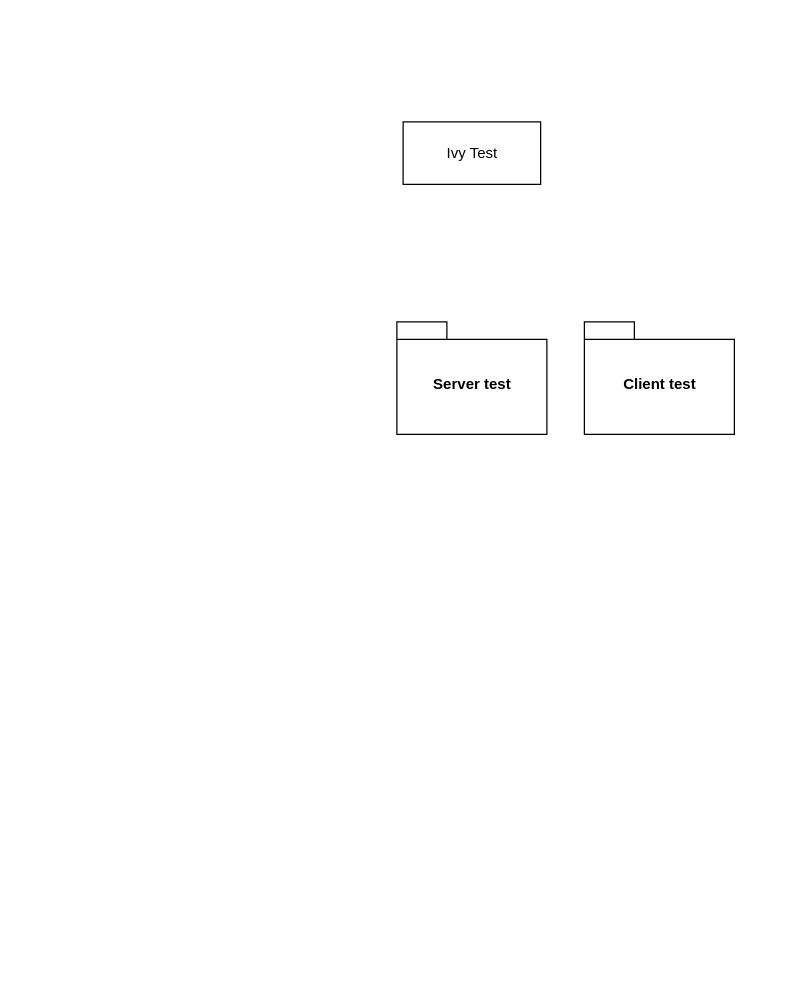
This is rapport/TVOQE.drawio from ElNiak/Toward-verification-of-QUIC-extensions, a draw.io file, before an edit. Source tidied: cells renumbered, new cells numbered last; positions are measured from the earlier drawing's top-left corner, leaving out a move shared by most shapes. Both pictures are drawn from the tidied source at 125%, with x=0, y=0 at pixel (396, 121).
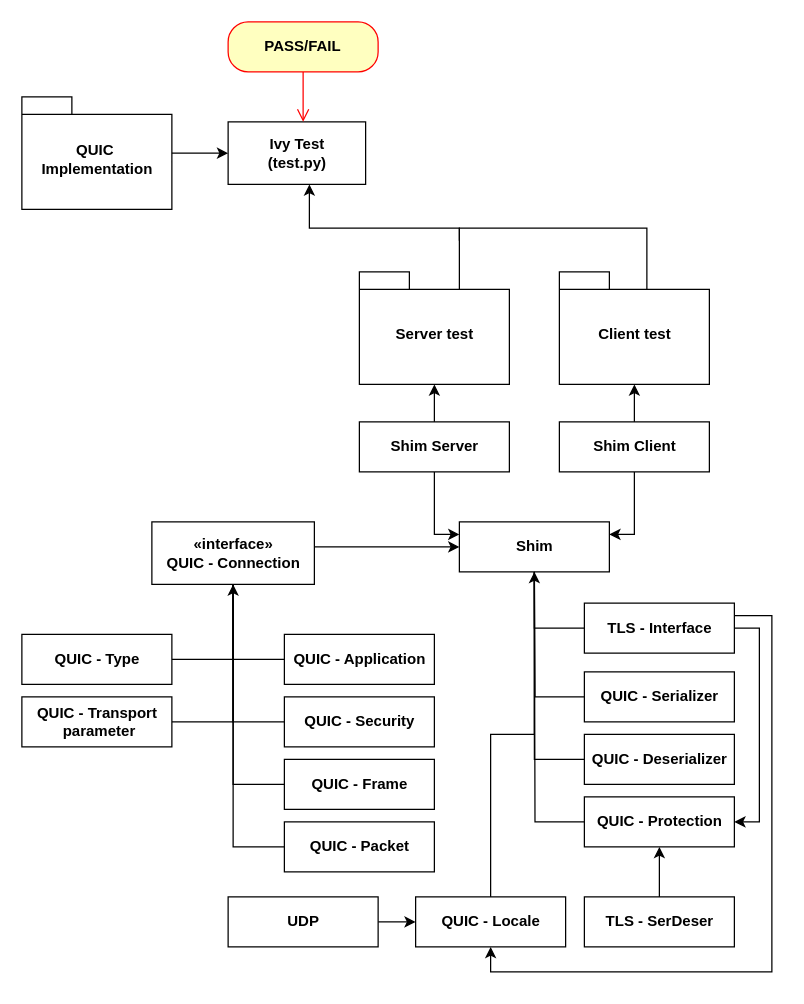
The same page after the edit.

Change to the diagram source:
```diff
@@
+    <mxCell id="5" style="edgeStyle=orthogonalEdgeStyle;rounded=0;jettySize=auto;html=1;exitX=0;exitY=0;exitDx=80;exitDy=14;exitPerimeter=0;entryX=0.591;entryY=1;entryDx=0;entryDy=0;entryPerimeter=0;fontStyle=1;" parent="1" edge="1" source="2" target="4">
+      <mxGeometry relative="1" as="geometry" />
+    </mxCell>
+    <mxCell id="6" style="edgeStyle=orthogonalEdgeStyle;rounded=0;jettySize=auto;html=1;exitX=0.5;exitY=1;exitDx=0;exitDy=0;exitPerimeter=0;entryX=0.5;entryY=0;entryDx=0;entryDy=0;endArrow=none;endFill=0;fontStyle=1;startArrow=classic;startFill=1;" parent="1" edge="1" source="2" target="14">
+      <mxGeometry relative="1" as="geometry" />
+    </mxCell>
     <mxCell id="2" value="Server test" style="shape=folder;fontStyle=1;spacingTop=10;tabWidth=40;tabHeight=14;tabPosition=left;html=1;" parent="1" vertex="1">
-      <mxGeometry y="160" width="120" height="90" as="geometry" />
+      <mxGeometry x="-30" y="120" width="120" height="90" as="geometry" />
     </mxCell>
+    <mxCell id="7" style="edgeStyle=orthogonalEdgeStyle;rounded=0;orthogonalLoop=1;jettySize=auto;html=1;exitX=0;exitY=0;exitDx=80;exitDy=14;exitPerimeter=0;endArrow=none;endFill=0;fontStyle=1;" parent="1" edge="1">
+      <mxGeometry relative="1" as="geometry">
+        <mxPoint x="200" y="139" as="sourcePoint" />
+        <mxPoint x="50" y="95" as="targetPoint" />
+        <Array as="points">
+          <mxPoint x="200" y="85" />
+          <mxPoint x="50" y="85" />
+        </Array>
+      </mxGeometry>
+    </mxCell>
+    <mxCell id="8" style="edgeStyle=orthogonalEdgeStyle;rounded=0;jettySize=auto;html=1;exitX=0.5;exitY=1;exitDx=0;exitDy=0;exitPerimeter=0;entryX=0.5;entryY=0;entryDx=0;entryDy=0;endArrow=none;endFill=0;fontStyle=1;startArrow=classic;startFill=1;" parent="1" edge="1" source="3" target="16">
+      <mxGeometry relative="1" as="geometry" />
+    </mxCell>
     <mxCell id="3" value="Client test" style="shape=folder;fontStyle=1;spacingTop=10;tabWidth=40;tabHeight=14;tabPosition=left;html=1;" parent="1" vertex="1">
-      <mxGeometry x="150" y="160" width="120" height="90" as="geometry" />
+      <mxGeometry x="130" y="120" width="120" height="90" as="geometry" />
     </mxCell>
-    <mxCell id="4" value="Ivy Test" style="html=1;" parent="1" vertex="1">
-      <mxGeometry x="5" width="110" height="50" as="geometry" />
+    <mxCell id="4" value="Ivy Test&lt;br&gt;(test.py)" style="html=1;fontStyle=1;" parent="1" vertex="1">
+      <mxGeometry x="-135" width="110" height="50" as="geometry" />
     </mxCell>
+    <mxCell id="9" style="edgeStyle=orthogonalEdgeStyle;rounded=0;jettySize=auto;html=1;exitX=0;exitY=0;exitDx=120;exitDy=52;exitPerimeter=0;entryX=0;entryY=0.5;entryDx=0;entryDy=0;fontStyle=1;" parent="1" edge="1" source="10" target="4">
+      <mxGeometry relative="1" as="geometry">
+        <Array as="points">
+          <mxPoint x="-240" y="25" />
+        </Array>
+      </mxGeometry>
+    </mxCell>
+    <mxCell id="10" value="QUIC&amp;nbsp;&lt;br&gt;Implementation" style="shape=folder;fontStyle=1;spacingTop=10;tabWidth=40;tabHeight=14;tabPosition=left;html=1;" parent="1" vertex="1">
+      <mxGeometry x="-300" y="-20" width="120" height="90" as="geometry" />
+    </mxCell>
+    <mxCell id="11" style="edgeStyle=orthogonalEdgeStyle;rounded=0;jettySize=auto;html=1;exitX=1;exitY=0.5;exitDx=0;exitDy=0;entryX=0;entryY=0.5;entryDx=0;entryDy=0;endArrow=classic;endFill=1;fontStyle=1;" parent="1" edge="1" source="12" target="17">
+      <mxGeometry relative="1" as="geometry">
+        <Array as="points">
+          <mxPoint x="-66" y="340" />
+        </Array>
+      </mxGeometry>
+    </mxCell>
+    <mxCell id="12" value="«interface»&lt;br&gt;&lt;span&gt;QUIC - Connection&lt;/span&gt;" style="html=1;fontStyle=1;" parent="1" vertex="1">
+      <mxGeometry x="-196" y="320" width="130" height="50" as="geometry" />
+    </mxCell>
+    <mxCell id="13" style="edgeStyle=orthogonalEdgeStyle;rounded=0;jettySize=auto;html=1;exitX=0.5;exitY=1;exitDx=0;exitDy=0;entryX=0;entryY=0.25;entryDx=0;entryDy=0;endArrow=classic;endFill=1;fontStyle=1;" parent="1" edge="1" source="14" target="17">
+      <mxGeometry relative="1" as="geometry" />
+    </mxCell>
+    <mxCell id="14" value="Shim Server" style="html=1;fontStyle=1;" parent="1" vertex="1">
+      <mxGeometry x="-30" y="240" width="120" height="40" as="geometry" />
+    </mxCell>
+    <mxCell id="15" style="edgeStyle=orthogonalEdgeStyle;rounded=0;jettySize=auto;html=1;exitX=0.5;exitY=1;exitDx=0;exitDy=0;entryX=1;entryY=0.25;entryDx=0;entryDy=0;endArrow=classic;endFill=1;fontStyle=1;" parent="1" edge="1" source="16" target="17">
+      <mxGeometry relative="1" as="geometry" />
+    </mxCell>
+    <mxCell id="16" value="Shim Client" style="html=1;fontStyle=1;" parent="1" vertex="1">
+      <mxGeometry x="130" y="240" width="120" height="40" as="geometry" />
+    </mxCell>
+    <mxCell id="17" value="Shim" style="html=1;fontStyle=1;" parent="1" vertex="1">
+      <mxGeometry x="50" y="320" width="120" height="40" as="geometry" />
+    </mxCell>
+    <mxCell id="18" style="edgeStyle=orthogonalEdgeStyle;rounded=0;jettySize=auto;html=1;exitX=1;exitY=0.5;exitDx=0;exitDy=0;entryX=0.5;entryY=1;entryDx=0;entryDy=0;endArrow=none;endFill=0;fontStyle=1;" parent="1" edge="1" source="19" target="12">
+      <mxGeometry relative="1" as="geometry" />
+    </mxCell>
+    <mxCell id="19" value="QUIC - Type" style="html=1;fontStyle=1;" parent="1" vertex="1">
+      <mxGeometry x="-300" y="410" width="120" height="40" as="geometry" />
+    </mxCell>
+    <mxCell id="20" style="edgeStyle=orthogonalEdgeStyle;rounded=0;jettySize=auto;html=1;exitX=1;exitY=0.5;exitDx=0;exitDy=0;entryX=0.5;entryY=1;entryDx=0;entryDy=0;endArrow=none;endFill=0;fontStyle=1;" parent="1" edge="1" source="21" target="12">
+      <mxGeometry relative="1" as="geometry" />
+    </mxCell>
+    <mxCell id="21" value="QUIC - Transport&lt;br&gt;&amp;nbsp;parameter" style="html=1;fontStyle=1;" parent="1" vertex="1">
+      <mxGeometry x="-300" y="460" width="120" height="40" as="geometry" />
+    </mxCell>
+    <mxCell id="22" style="edgeStyle=orthogonalEdgeStyle;rounded=0;jettySize=auto;html=1;exitX=0;exitY=0.5;exitDx=0;exitDy=0;entryX=0.5;entryY=1;entryDx=0;entryDy=0;endArrow=classic;endFill=1;fontStyle=1;" parent="1" edge="1" source="23" target="12">
+      <mxGeometry relative="1" as="geometry" />
+    </mxCell>
+    <mxCell id="23" value="QUIC - Application" style="html=1;fontStyle=1;" parent="1" vertex="1">
+      <mxGeometry x="-90" y="410" width="120" height="40" as="geometry" />
+    </mxCell>
+    <mxCell id="24" style="edgeStyle=orthogonalEdgeStyle;rounded=0;jettySize=auto;html=1;exitX=0;exitY=0.5;exitDx=0;exitDy=0;endArrow=none;endFill=0;entryX=0.5;entryY=1;entryDx=0;entryDy=0;fontStyle=1;" parent="1" edge="1" source="25" target="12">
+      <mxGeometry relative="1" as="geometry" />
+    </mxCell>
+    <mxCell id="25" value="QUIC - Security" style="html=1;fontStyle=1;" parent="1" vertex="1">
+      <mxGeometry x="-90" y="460" width="120" height="40" as="geometry" />
+    </mxCell>
+    <mxCell id="26" style="edgeStyle=orthogonalEdgeStyle;rounded=0;jettySize=auto;html=1;exitX=0;exitY=0.5;exitDx=0;exitDy=0;entryX=0.5;entryY=1;entryDx=0;entryDy=0;endArrow=none;endFill=0;fontStyle=1;" parent="1" edge="1" source="27" target="12">
+      <mxGeometry relative="1" as="geometry" />
+    </mxCell>
+    <mxCell id="27" value="QUIC - Frame" style="html=1;fontStyle=1;" parent="1" vertex="1">
+      <mxGeometry x="-90" y="510" width="120" height="40" as="geometry" />
+    </mxCell>
+    <mxCell id="28" style="edgeStyle=orthogonalEdgeStyle;rounded=0;jettySize=auto;html=1;exitX=0;exitY=0.5;exitDx=0;exitDy=0;entryX=0.5;entryY=1;entryDx=0;entryDy=0;endArrow=none;endFill=0;fontStyle=1;" parent="1" edge="1" source="29" target="12">
+      <mxGeometry relative="1" as="geometry" />
+    </mxCell>
+    <mxCell id="29" value="QUIC - Packet" style="html=1;fontStyle=1;" parent="1" vertex="1">
+      <mxGeometry x="-90" y="560" width="120" height="40" as="geometry" />
+    </mxCell>
+    <mxCell id="30" value="&lt;span&gt;PASS/FAIL&lt;/span&gt;" style="rounded=1;whiteSpace=wrap;html=1;arcSize=40;fontColor=#000000;fillColor=#ffffc0;strokeColor=#ff0000;fontStyle=1;" parent="1" vertex="1">
+      <mxGeometry x="-135" y="-80" width="120" height="40" as="geometry" />
+    </mxCell>
+    <mxCell id="31" style="edgeStyle=orthogonalEdgeStyle;html=1;verticalAlign=bottom;endArrow=open;endSize=8;strokeColor=#ff0000;fontStyle=1;" parent="1" edge="1" source="30">
+      <mxGeometry relative="1" as="geometry">
+        <mxPoint x="-75" as="targetPoint" />
+      </mxGeometry>
+    </mxCell>
+    <mxCell id="32" style="edgeStyle=orthogonalEdgeStyle;rounded=0;jettySize=auto;html=1;exitX=0;exitY=0.5;exitDx=0;exitDy=0;entryX=0.5;entryY=1;entryDx=0;entryDy=0;endArrow=classic;endFill=1;" parent="1" edge="1" source="35" target="17">
+      <mxGeometry relative="1" as="geometry" />
+    </mxCell>
+    <mxCell id="33" style="edgeStyle=orthogonalEdgeStyle;rounded=0;jettySize=auto;html=1;exitX=1;exitY=0.5;exitDx=0;exitDy=0;entryX=1;entryY=0.5;entryDx=0;entryDy=0;startArrow=none;startFill=0;endArrow=classic;endFill=1;" parent="1" edge="1" source="35" target="41">
+      <mxGeometry relative="1" as="geometry" />
+    </mxCell>
+    <mxCell id="34" style="edgeStyle=orthogonalEdgeStyle;rounded=0;jettySize=auto;html=1;exitX=1;exitY=0.25;exitDx=0;exitDy=0;entryX=0.5;entryY=1;entryDx=0;entryDy=0;startArrow=none;startFill=0;endArrow=classic;endFill=1;" parent="1" edge="1" source="35" target="45">
+      <mxGeometry relative="1" as="geometry">
+        <Array as="points">
+          <mxPoint x="300" y="395" />
+          <mxPoint x="300" y="680" />
+          <mxPoint x="75" y="680" />
+        </Array>
+      </mxGeometry>
+    </mxCell>
+    <mxCell id="35" value="TLS - Interface" style="html=1;fontStyle=1;" parent="1" vertex="1">
+      <mxGeometry x="150" y="385" width="120" height="40" as="geometry" />
+    </mxCell>
+    <mxCell id="36" style="edgeStyle=orthogonalEdgeStyle;rounded=0;jettySize=auto;html=1;exitX=0;exitY=0.5;exitDx=0;exitDy=0;endArrow=none;endFill=0;" parent="1" edge="1" source="37">
+      <mxGeometry relative="1" as="geometry">
+        <mxPoint x="110" y="360" as="targetPoint" />
+      </mxGeometry>
+    </mxCell>
+    <mxCell id="37" value="QUIC - Serializer" style="html=1;fontStyle=1;" parent="1" vertex="1">
+      <mxGeometry x="150" y="440" width="120" height="40" as="geometry" />
+    </mxCell>
+    <mxCell id="38" style="edgeStyle=orthogonalEdgeStyle;rounded=0;jettySize=auto;html=1;exitX=0;exitY=0.5;exitDx=0;exitDy=0;endArrow=none;endFill=0;" parent="1" edge="1" source="39" target="17">
+      <mxGeometry relative="1" as="geometry" />
+    </mxCell>
+    <mxCell id="39" value="QUIC - Deserializer" style="html=1;fontStyle=1;" parent="1" vertex="1">
+      <mxGeometry x="150" y="490" width="120" height="40" as="geometry" />
+    </mxCell>
+    <mxCell id="40" style="edgeStyle=orthogonalEdgeStyle;rounded=0;jettySize=auto;html=1;exitX=0;exitY=0.5;exitDx=0;exitDy=0;endArrow=none;endFill=0;" parent="1" edge="1" source="41">
+      <mxGeometry relative="1" as="geometry">
+        <mxPoint x="110" y="360" as="targetPoint" />
+      </mxGeometry>
+    </mxCell>
+    <mxCell id="41" value="QUIC - Protection" style="html=1;fontStyle=1;" parent="1" vertex="1">
+      <mxGeometry x="150" y="540" width="120" height="40" as="geometry" />
+    </mxCell>
+    <mxCell id="42" style="edgeStyle=orthogonalEdgeStyle;rounded=0;jettySize=auto;html=1;exitX=0.5;exitY=0;exitDx=0;exitDy=0;entryX=0.5;entryY=1;entryDx=0;entryDy=0;startArrow=none;startFill=0;endArrow=classic;endFill=1;" parent="1" edge="1" source="43" target="41">
+      <mxGeometry relative="1" as="geometry" />
+    </mxCell>
+    <mxCell id="43" value="TLS - SerDeser" style="html=1;fontStyle=1;" parent="1" vertex="1">
+      <mxGeometry x="150" y="620" width="120" height="40" as="geometry" />
+    </mxCell>
+    <mxCell id="44" style="edgeStyle=orthogonalEdgeStyle;rounded=0;jettySize=auto;html=1;exitX=0.5;exitY=0;exitDx=0;exitDy=0;entryX=0.5;entryY=1;entryDx=0;entryDy=0;startArrow=none;startFill=0;endArrow=none;endFill=0;" parent="1" edge="1" source="45" target="17">
+      <mxGeometry relative="1" as="geometry" />
+    </mxCell>
+    <mxCell id="45" value="QUIC - Locale" style="html=1;fontStyle=1;" parent="1" vertex="1">
+      <mxGeometry x="15" y="620" width="120" height="40" as="geometry" />
+    </mxCell>
+    <mxCell id="46" style="edgeStyle=orthogonalEdgeStyle;rounded=0;jettySize=auto;html=1;exitX=1;exitY=0.5;exitDx=0;exitDy=0;entryX=0;entryY=0.5;entryDx=0;entryDy=0;startArrow=none;startFill=0;endArrow=classic;endFill=1;" parent="1" edge="1" source="47" target="45">
+      <mxGeometry relative="1" as="geometry" />
+    </mxCell>
+    <mxCell id="47" value="UDP" style="html=1;fontStyle=1;" parent="1" vertex="1">
+      <mxGeometry x="-135" y="620" width="120" height="40" as="geometry" />
+    </mxCell>
```
